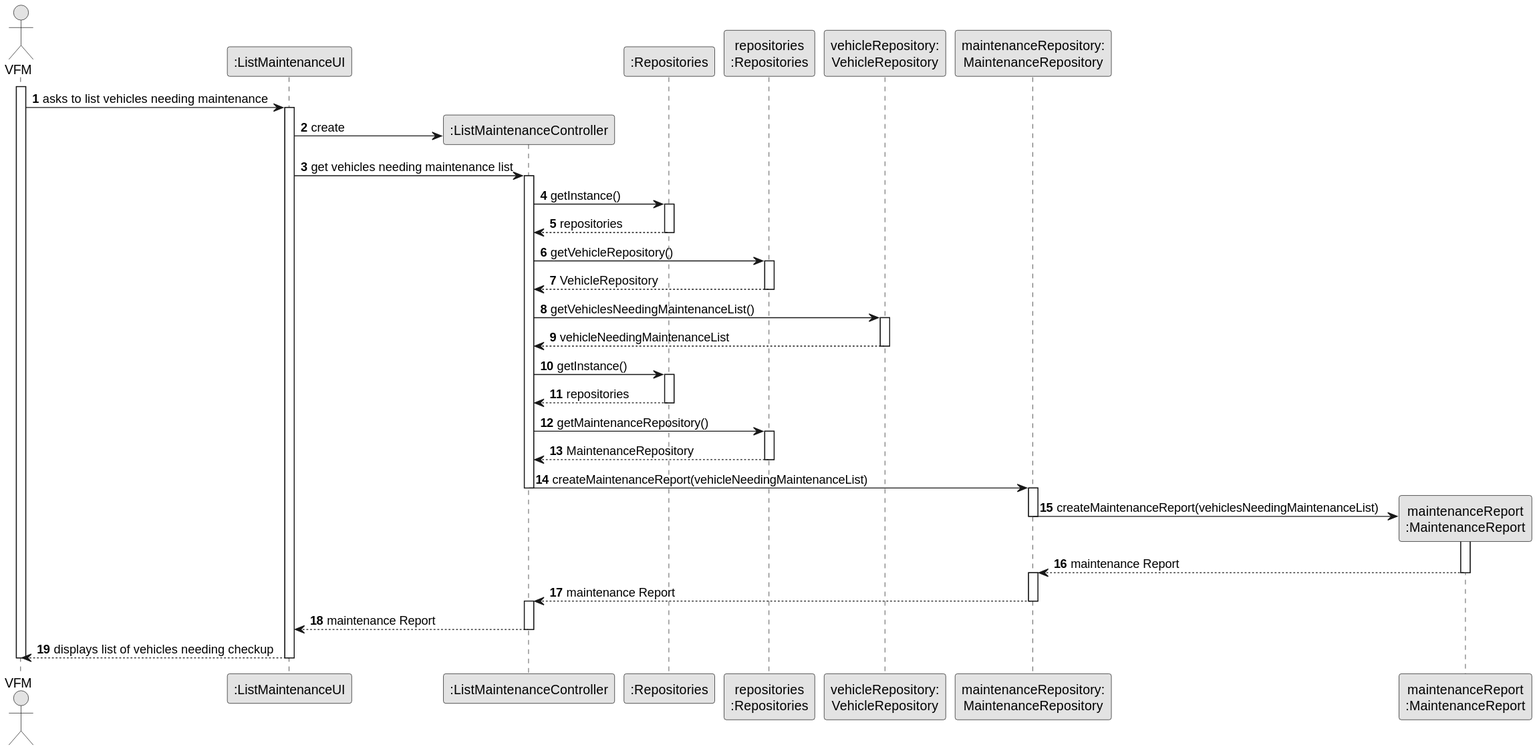
ricardomm7/leaflink keeps this PlantUML diagram as docs/sprintB/us008/03.design/svg/us008-sequence-diagram-full.svg. Above is the earlier version.
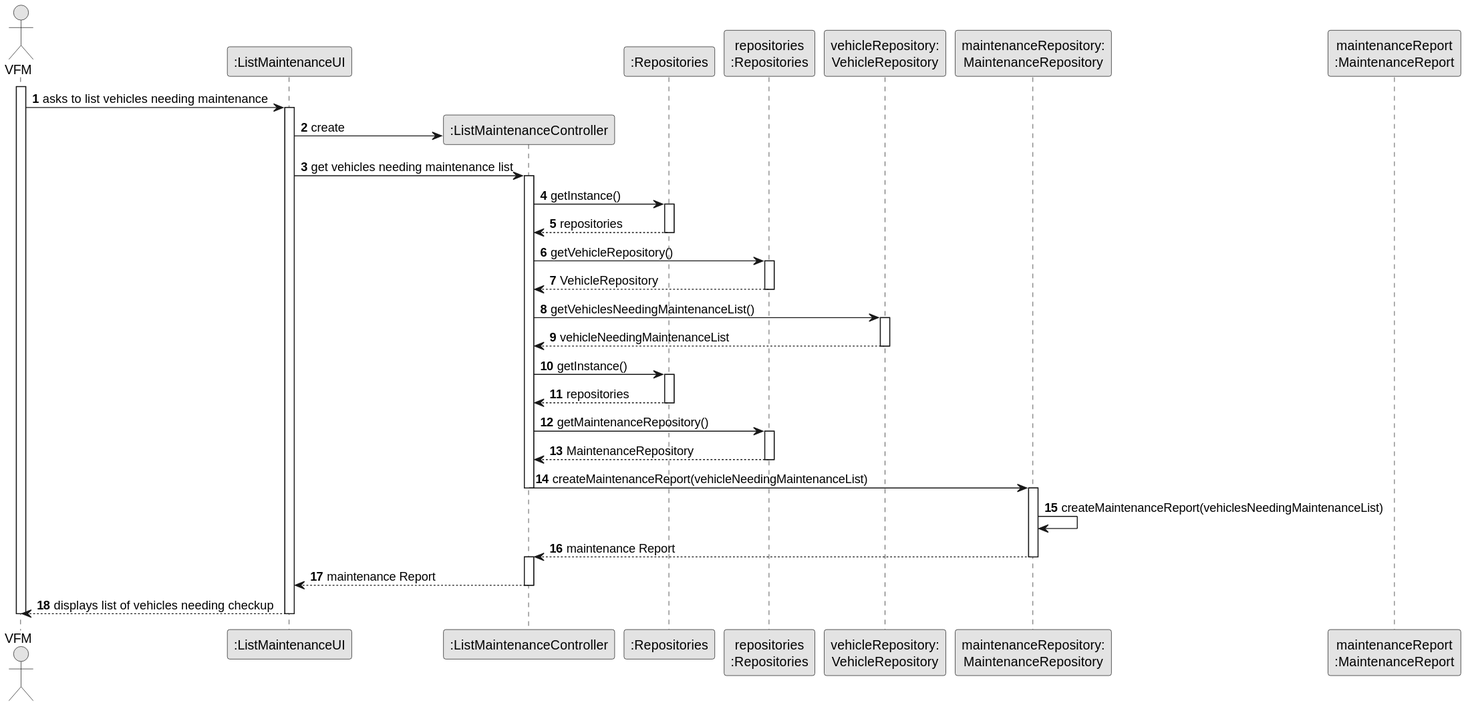
Later version of the same file.

The edit, as a diff of the source:
```diff
@@ -60,15 +60,7 @@
                 deactivate CTRL
                 activate MaintenanceRepository
 
-
-                    MaintenanceRepository -> MaintenanceReport **: createMaintenanceReport(vehiclesNeedingMaintenanceList)
-                    deactivate MaintenanceRepository
-                    activate MaintenanceReport
-
-                    MaintenanceReport --> MaintenanceRepository : maintenance Report
-                    deactivate MaintenanceReport
-
-                    activate MaintenanceRepository
+                MaintenanceRepository -> MaintenanceRepository: createMaintenanceReport(vehiclesNeedingMaintenanceList)
 
                 MaintenanceRepository --> CTRL : maintenance Report
                 deactivate MaintenanceRepository
```
